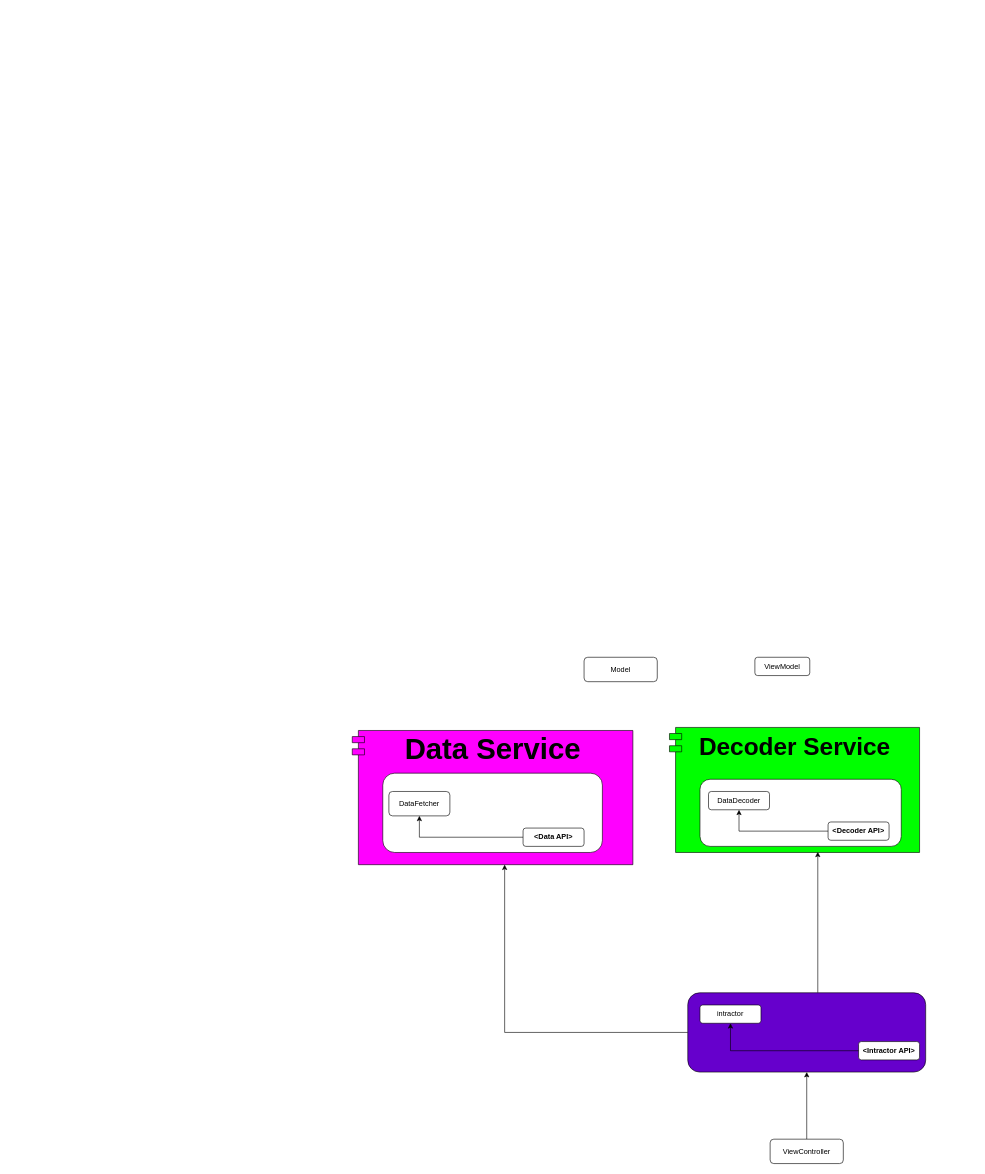
Before: page "Page-1" (1 of 2) of Resource/upcomingMovies.drawio in LetsBuildApps/UpcomingMovies, a draw.io diagram. Source tidied: cells renumbered, new cells numbered last; positions are measured from the earlier drawing's top-left corner, leaving out a move shared by most shapes. Both pictures are drawn from the tidied source at 61%, with x=0, y=0 at pixel (352, 657).
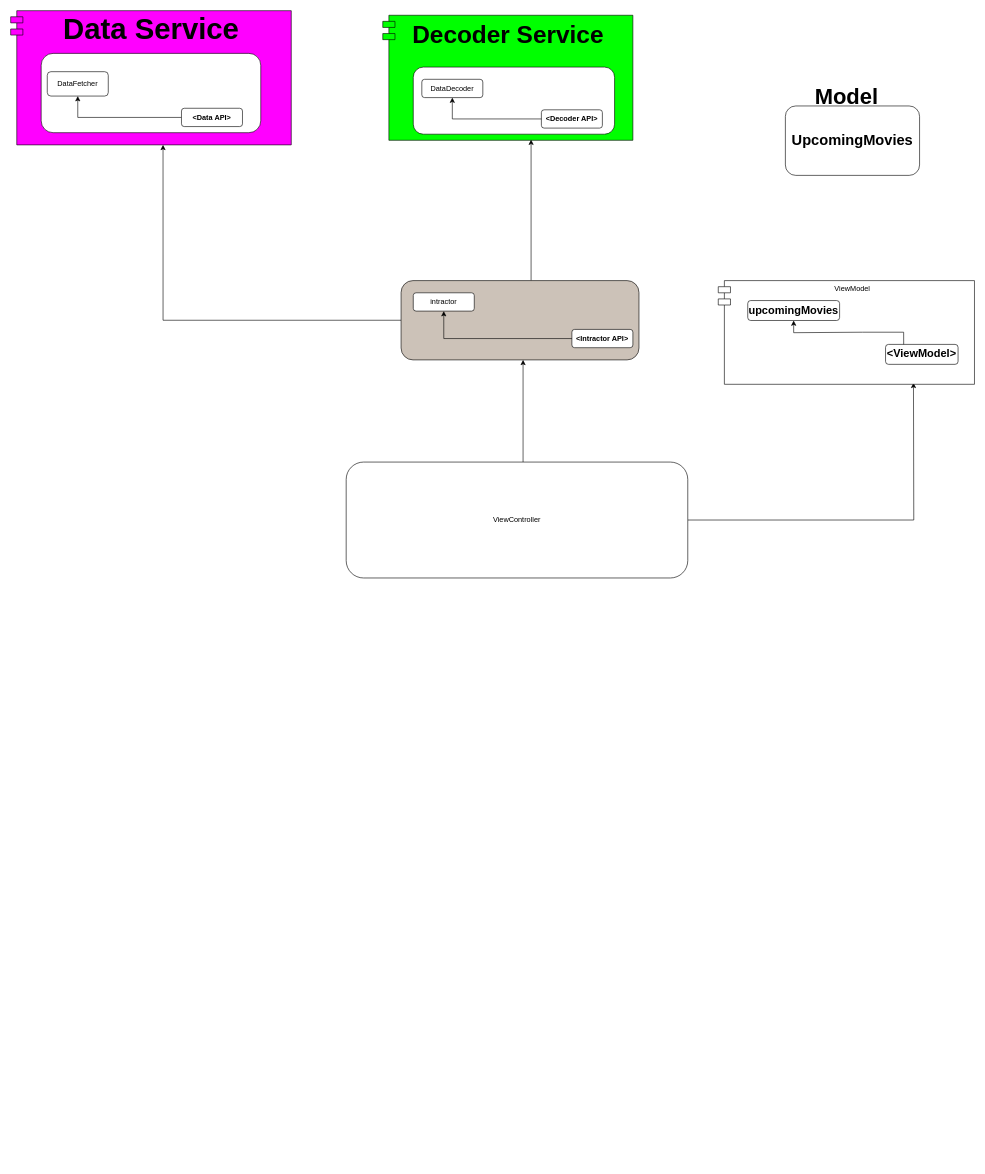
The same diagram, later.

The change refers to these unchanged cells:
```xml
<mxCell id="9" style="shape=module;align=left;spacingLeft=20;align=center;verticalAlign=top;fillColor=#FF00FF;" parent="8" vertex="1">
  <mxGeometry width="460" height="220" as="geometry" />
</mxCell>
<mxCell id="16" style="shape=module;align=left;spacingLeft=20;align=center;verticalAlign=top;fillColor=#00FF00;" parent="15" vertex="1">
  <mxGeometry width="410" height="205" as="geometry" />
</mxCell>
```

Change to the diagram source:
```diff
@@
-    <mxCell id="2" value="Model&lt;br&gt;" style="rounded=1;whiteSpace=wrap;html=1;" parent="1" vertex="1">
-      <mxGeometry x="380" width="120" height="40" as="geometry" />
-    </mxCell>
     <mxCell id="3" style="edgeStyle=orthogonalEdgeStyle;rounded=0;jettySize=auto;html=1;entryX=0.593;entryY=0.995;entryDx=0;entryDy=0;entryPerimeter=0;" parent="1" edge="1" source="23" target="16">
       <mxGeometry relative="1" as="geometry">
         <Array as="points">
-          <mxPoint x="730" y="550" />
-          <mxPoint x="763" y="550" />
+          <mxPoint x="260" y="-617.5" />
+          <mxPoint x="293" y="-617.5" />
         </Array>
       </mxGeometry>
     </mxCell>
     <mxCell id="4" style="edgeStyle=orthogonalEdgeStyle;rounded=0;jettySize=auto;html=1;entryX=0.543;entryY=1;entryDx=0;entryDy=0;entryPerimeter=0;" parent="1" edge="1" source="23" target="9">
       <mxGeometry relative="1" as="geometry">
         <Array as="points">
-          <mxPoint x="250" y="615" />
+          <mxPoint x="-310" y="-552.5" />
         </Array>
       </mxGeometry>
     </mxCell>
-    <mxCell id="5" value="ViewModel" style="rounded=1;whiteSpace=wrap;html=1;" parent="1" vertex="1">
-      <mxGeometry x="660" width="90" height="30" as="geometry" />
-    </mxCell>
     <mxCell id="6" style="edgeStyle=orthogonalEdgeStyle;rounded=0;jettySize=auto;html=1;" parent="1" edge="1" source="7" target="23">
-      <mxGeometry relative="1" as="geometry" />
+      <mxGeometry relative="1" as="geometry">
+        <Array as="points">
+          <mxPoint x="280" y="-330" />
+          <mxPoint x="280" y="-330" />
+        </Array>
+      </mxGeometry>
     </mxCell>
+    <mxCell id="27" style="edgeStyle=orthogonalEdgeStyle;rounded=0;jettySize=auto;html=1;" parent="1" edge="1" source="7">
+      <mxGeometry relative="1" as="geometry">
+        <mxPoint x="920" y="-450" as="targetPoint" />
+      </mxGeometry>
+    </mxCell>
     <mxCell id="7" value="ViewController" style="rounded=1;whiteSpace=wrap;html=1;" parent="1" vertex="1">
-      <mxGeometry x="685" y="790" width="120" height="40" as="geometry" />
+      <mxGeometry x="-10" y="-320" width="560" height="190" as="geometry" />
     </mxCell>
     <mxCell id="8" style="group;" parent="1" vertex="1">
-      <mxGeometry y="120" width="460" height="220" as="geometry" />
+      <mxGeometry x="-560" y="-1060" width="460" height="220" as="geometry" />
     </mxCell>
@@
     <mxCell id="15" style="group;" parent="1" vertex="1">
-      <mxGeometry x="520" y="115" width="410" height="205" as="geometry" />
+      <mxGeometry x="50" y="-1052.5" width="410" height="205" as="geometry" />
     </mxCell>
@@
     <mxCell id="22" style="group;" parent="1" vertex="1">
-      <mxGeometry x="550" y="550" width="390" height="130" as="geometry" />
+      <mxGeometry x="80" y="-617.5" width="390" height="130" as="geometry" />
     </mxCell>
-    <mxCell id="23" style="rounded=1;whiteSpace=wrap;html=1;fillColor=#6600CC;" parent="22" vertex="1">
+    <mxCell id="23" style="rounded=1;whiteSpace=wrap;html=1;fillColor=#CCC2B8;" parent="22" vertex="1">
       <mxGeometry width="390" height="130" as="geometry" />
     </mxCell>
@@
+    <mxCell id="28" style="group;" parent="1" vertex="1">
+      <mxGeometry x="600" y="-617.5" width="420" height="170" as="geometry" />
+    </mxCell>
+    <mxCell id="5" value="ViewModel&#10;" style="shape=module;align=left;spacingLeft=20;align=center;verticalAlign=top;" parent="28" vertex="1">
+      <mxGeometry width="420" height="170" as="geometry" />
+    </mxCell>
+    <mxCell id="29" value="&lt;b&gt;&lt;font style=&quot;font-size: 18px&quot;&gt;&amp;lt;ViewModel&amp;gt;&lt;/font&gt;&lt;/b&gt;" style="rounded=1;whiteSpace=wrap;html=1;" parent="28" vertex="1">
+      <mxGeometry x="274.2" y="104.6" width="118.9" height="32.7" as="geometry" />
+    </mxCell>
+    <mxCell id="30" value="&lt;span style=&quot;font-size: 18px&quot;&gt;&lt;b&gt;upcomingMovies&lt;/b&gt;&lt;/span&gt;" style="rounded=1;whiteSpace=wrap;html=1;" parent="28" vertex="1">
+      <mxGeometry x="48.3" y="32.7" width="150.6" height="32.7" as="geometry" />
+    </mxCell>
+    <mxCell id="31" style="edgeStyle=orthogonalEdgeStyle;rounded=0;jettySize=auto;html=1;exitX=0.25;exitY=0;exitDx=0;exitDy=0;entryX=0.5;entryY=1;entryDx=0;entryDy=0;" parent="28" edge="1" source="29" target="30">
+      <mxGeometry relative="1" as="geometry" />
+    </mxCell>
+    <mxCell id="32" style="group;" parent="1" vertex="1">
+      <mxGeometry x="710" y="-930" width="220" height="140" as="geometry" />
+    </mxCell>
+    <mxCell id="33" value="&lt;span&gt;&lt;b&gt;&lt;font style=&quot;font-size: 24px&quot;&gt;UpcomingMovies&lt;/font&gt;&lt;/b&gt;&lt;/span&gt;" style="rounded=1;whiteSpace=wrap;html=1;" parent="32" vertex="1">
+      <mxGeometry y="26.2" width="220" height="113.8" as="geometry" />
+    </mxCell>
+    <mxCell id="2" value="&lt;b&gt;&lt;font style=&quot;font-size: 36px&quot;&gt;Model&lt;/font&gt;&lt;/b&gt;" style="text;html=1;align=center;verticalAlign=middle;fillColor=none;strokeColor=none;rounded=0;" parent="32" vertex="1">
+      <mxGeometry x="40" y="-3.8" width="120" height="30" as="geometry" />
+    </mxCell>
```
